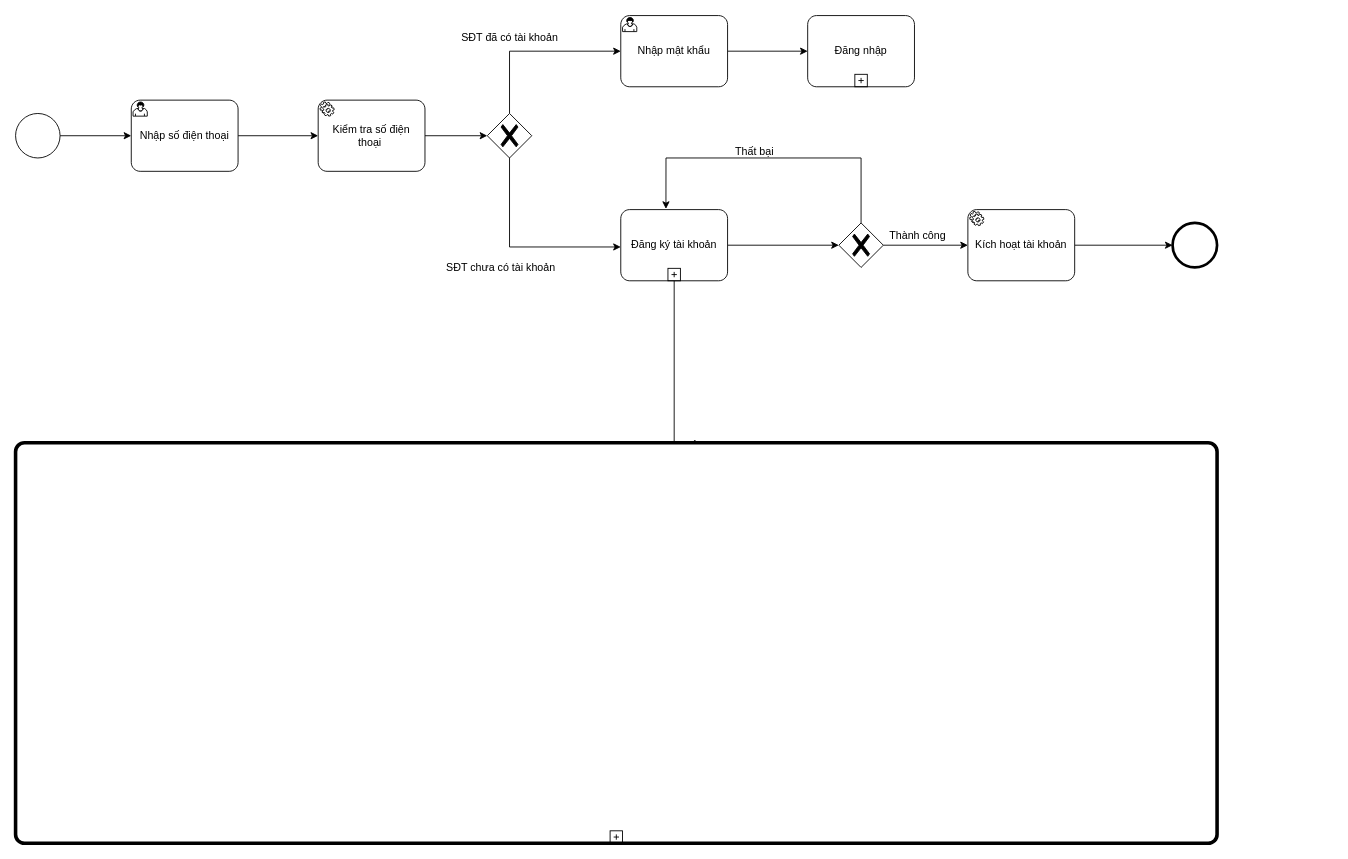
PanJr0109/PanJr0109 keeps this draw.io diagram as page "Page-3" (2 of 2) of Untitled Diagram.drawio. Above is the earlier version. Source tidied: cells renumbered, new cells numbered last; positions are measured from the earlier drawing's top-left corner, leaving out a move shared by most shapes. Both pictures are drawn from the tidied source at 89%, with x=0, y=0 at pixel (15, 15).
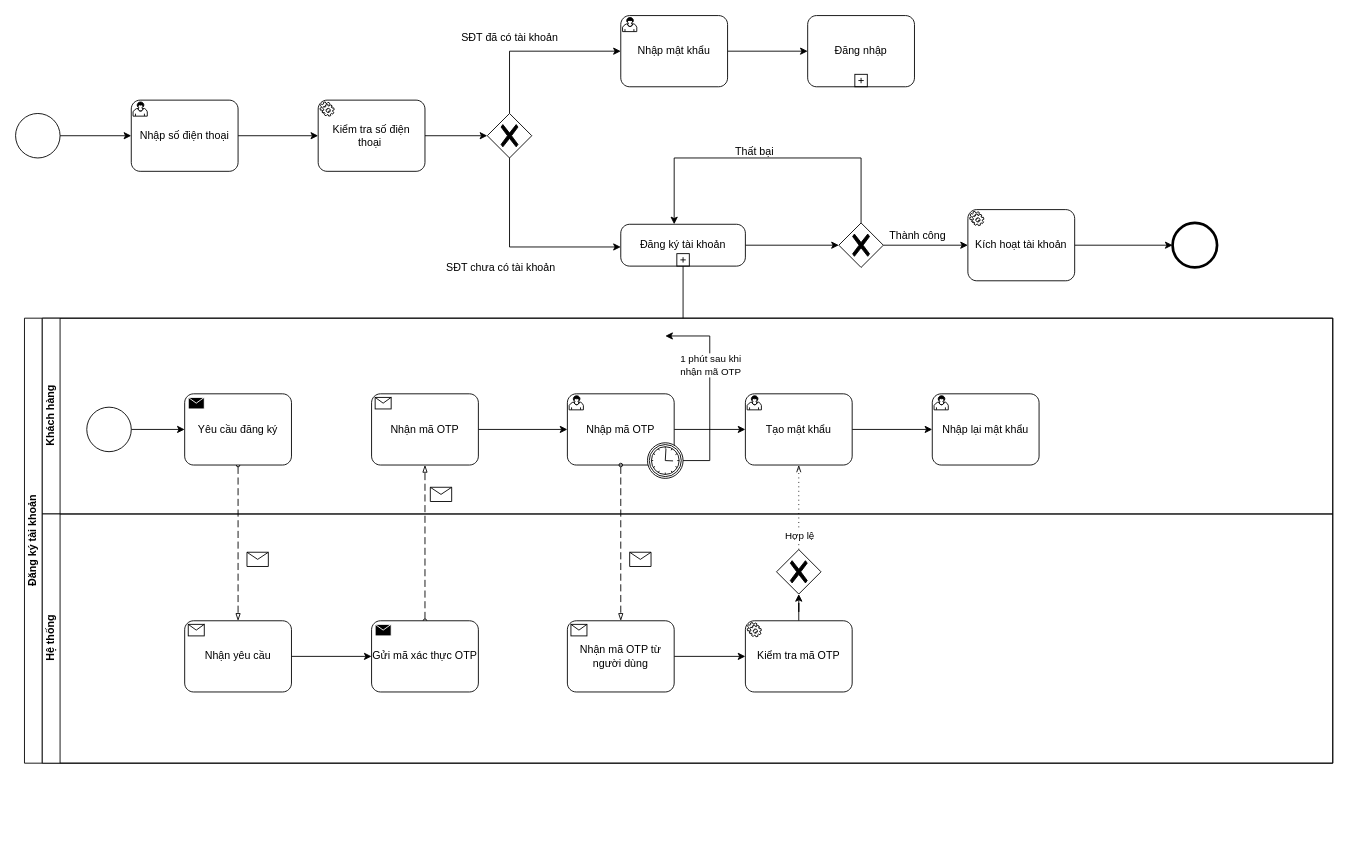
After the change.

The change refers to these unchanged cells:
```xml
<mxCell id="22" style="points=[[0.25,0.25,0],[0.5,0,0],[0.75,0.25,0],[1,0.5,0],[0.75,0.75,0],[0.5,1,0],[0.25,0.75,0],[0,0.5,0]];shape=mxgraph.bpmn.gateway2;html=1;verticalLabelPosition=bottom;labelBackgroundColor=#ffffff;verticalAlign=top;align=center;perimeter=rhombusPerimeter;outlineConnect=0;outline=none;symbol=none;gwType=exclusive;" parent="1" vertex="1">
  <mxGeometry x="925" y="233" width="50" height="50" as="geometry" />
</mxCell>
```

What changed in the source:
```diff
@@
-    <mxCell id="18" style="edgeStyle=orthogonalEdgeStyle;rounded=0;jettySize=auto;html=1;exitX=0.5;exitY=1;exitDx=0;exitDy=0;exitPerimeter=0;entryX=0.571;entryY=0.002;entryDx=0;entryDy=0;entryPerimeter=0;" parent="1" edge="1" source="19" target="27">
-      <mxGeometry relative="1" as="geometry">
-        <Array as="points">
-          <mxPoint x="740" y="481" />
-        </Array>
-      </mxGeometry>
-    </mxCell>
-    <mxCell id="19" value="Đăng ký tài khoản" style="points=[[0.25,0,0],[0.5,0,0],[0.75,0,0],[1,0.25,0],[1,0.5,0],[1,0.75,0],[0.75,1,0],[0.5,1,0],[0.25,1,0],[0,0.75,0],[0,0.5,0],[0,0.25,0]];shape=mxgraph.bpmn.task;whiteSpace=wrap;rectStyle=rounded;size=10;html=1;taskMarker=abstract;isLoopSub=1;" parent="1" vertex="1">
-      <mxGeometry x="680" y="218" width="120" height="80" as="geometry" />
+    <mxCell id="19" value="Đăng ký tài khoản" style="points=[[0.25,0,0],[0.5,0,0],[0.75,0,0],[1,0.25,0],[1,0.5,0],[1,0.75,0],[0.75,1,0],[0.5,1,0],[0.25,1,0],[0,0.75,0],[0,0.5,0],[0,0.25,0]];shape=mxgraph.bpmn.task;whiteSpace=wrap;rectStyle=rounded;size=10;html=1;taskMarker=abstract;isLoopSub=1;" parent="1" vertex="1" collapsed="1">
+      <mxGeometry x="680" y="234.5" width="140" height="47" as="geometry" />
     </mxCell>
-    <mxCell id="20" style="edgeStyle=orthogonalEdgeStyle;rounded=0;jettySize=auto;html=1;entryX=0.423;entryY=-0.01;entryDx=0;entryDy=0;entryPerimeter=0;" parent="1" edge="1" source="22" target="19">
+    <mxCell id="20" style="edgeStyle=orthogonalEdgeStyle;rounded=0;jettySize=auto;html=1;" parent="1" edge="1" source="22" target="19">
       <mxGeometry relative="1" as="geometry">
         <Array as="points">
           <mxPoint x="950" y="160" />
-          <mxPoint x="731" y="160" />
+          <mxPoint x="740" y="160" />
         </Array>
       </mxGeometry>
     </mxCell>
@@
-    <mxCell id="27" style="points=[[0.25,0,0],[0.5,0,0],[0.75,0,0],[1,0.25,0],[1,0.5,0],[1,0.75,0],[0.75,1,0],[0.5,1,0],[0.25,1,0],[0,0.75,0],[0,0.5,0],[0,0.25,0]];shape=mxgraph.bpmn.task;whiteSpace=wrap;rectStyle=rounded;size=10;html=1;bpmnShapeType=call;isLoopSub=1;" parent="1" vertex="1">
-      <mxGeometry y="480" width="1350" height="450" as="geometry" />
-    </mxCell>
+    <mxCell id="28" value="Đăng ký tài khoản" style="swimlane;html=1;horizontal=0;startSize=20;whiteSpace=wrap;" parent="1" vertex="1">
+      <mxGeometry x="10" y="340" width="1470" height="500" as="geometry" />
+    </mxCell>
+    <mxCell id="29" style="edgeStyle=elbowEdgeStyle;fontSize=12;html=1;endFill=0;startFill=0;endSize=6;startSize=6;dashed=1;dashPattern=1 4;endArrow=openThin;startArrow=none;rounded=0;exitX=0.5;exitY=0;exitDx=0;exitDy=0;exitPerimeter=0;entryX=0.5;entryY=1;entryDx=0;entryDy=0;entryPerimeter=0;" parent="28" edge="1" source="59" target="42">
+      <mxGeometry relative="1" as="geometry">
+        <Array as="points">
+          <mxPoint x="870" y="190" />
+          <mxPoint x="1025" y="210" />
+        </Array>
+      </mxGeometry>
+    </mxCell>
+    <mxCell id="30" value="Hợp lệ" style="edgeLabel;html=1;align=center;verticalAlign=middle;" parent="29" vertex="1">
+      <mxGeometry x="-0.28" y="2" relative="1" as="geometry">
+        <mxPoint x="2" y="18" as="offset" />
+      </mxGeometry>
+    </mxCell>
+    <mxCell id="31" style="endArrow=blockThin;html=1;labelPosition=left;verticalLabelPosition=middle;align=right;verticalAlign=middle;dashed=1;dashPattern=8 4;endFill=0;startArrow=oval;startFill=0;endSize=6;startSize=4;rounded=0;entryX=0.5;entryY=0;entryDx=0;entryDy=0;entryPerimeter=0;" parent="28" edge="1" source="38" target="53">
+      <mxGeometry relative="1" as="geometry" />
+    </mxCell>
+    <mxCell id="32" style="shape=message;html=1;labelPosition=left;verticalLabelPosition=middle;align=right;verticalAlign=middle;spacingRight=5;labelBackgroundColor=#ffffff;" parent="31" vertex="1">
+      <mxGeometry width="24" height="16" relative="1" as="geometry">
+        <mxPoint x="10" y="10" as="offset" />
+      </mxGeometry>
+    </mxCell>
+    <mxCell id="33" value="Khách hàng" style="swimlane;html=1;startSize=20;horizontal=0;" parent="28" vertex="1">
+      <mxGeometry x="20" width="1450" height="220" as="geometry" />
+    </mxCell>
+    <mxCell id="34" style="edgeStyle=orthogonalEdgeStyle;rounded=0;jettySize=auto;html=1;" parent="33" edge="1" source="35" target="38">
+      <mxGeometry relative="1" as="geometry" />
+    </mxCell>
+    <mxCell id="35" style="points=[[0.145,0.145,0],[0.5,0,0],[0.855,0.145,0],[1,0.5,0],[0.855,0.855,0],[0.5,1,0],[0.145,0.855,0],[0,0.5,0]];shape=mxgraph.bpmn.event;html=1;verticalLabelPosition=bottom;labelBackgroundColor=#ffffff;verticalAlign=top;align=center;perimeter=ellipsePerimeter;outlineConnect=0;outline=standard;symbol=general;" parent="33" vertex="1">
+      <mxGeometry x="50" y="100" width="50" height="50" as="geometry" />
+    </mxCell>
+    <mxCell id="36" style="edgeStyle=orthogonalEdgeStyle;rounded=0;jettySize=auto;html=1;" parent="33" edge="1" source="37" target="42">
+      <mxGeometry relative="1" as="geometry" />
+    </mxCell>
+    <mxCell id="37" value="Nhập mã OTP" style="points=[[0.25,0,0],[0.5,0,0],[0.75,0,0],[1,0.25,0],[1,0.5,0],[1,0.75,0],[0.75,1,0],[0.5,1,0],[0.25,1,0],[0,0.75,0],[0,0.5,0],[0,0.25,0]];shape=mxgraph.bpmn.task;whiteSpace=wrap;rectStyle=rounded;size=10;html=1;taskMarker=user;" parent="33" vertex="1">
+      <mxGeometry x="590" y="85" width="120" height="80" as="geometry" />
+    </mxCell>
+    <mxCell id="38" value="Yêu cầu đăng ký" style="points=[[0.25,0,0],[0.5,0,0],[0.75,0,0],[1,0.25,0],[1,0.5,0],[1,0.75,0],[0.75,1,0],[0.5,1,0],[0.25,1,0],[0,0.75,0],[0,0.5,0],[0,0.25,0]];shape=mxgraph.bpmn.task;whiteSpace=wrap;rectStyle=rounded;size=10;html=1;taskMarker=send;" parent="33" vertex="1">
+      <mxGeometry x="160" y="85" width="120" height="80" as="geometry" />
+    </mxCell>
+    <mxCell id="39" style="edgeStyle=orthogonalEdgeStyle;rounded=0;jettySize=auto;html=1;" parent="33" edge="1" source="40" target="37">
+      <mxGeometry relative="1" as="geometry" />
+    </mxCell>
+    <mxCell id="40" value="Nhận mã OTP" style="points=[[0.25,0,0],[0.5,0,0],[0.75,0,0],[1,0.25,0],[1,0.5,0],[1,0.75,0],[0.75,1,0],[0.5,1,0],[0.25,1,0],[0,0.75,0],[0,0.5,0],[0,0.25,0]];shape=mxgraph.bpmn.task;whiteSpace=wrap;rectStyle=rounded;size=10;html=1;taskMarker=receive;" parent="33" vertex="1">
+      <mxGeometry x="370" y="85" width="120" height="80" as="geometry" />
+    </mxCell>
+    <mxCell id="41" style="edgeStyle=orthogonalEdgeStyle;rounded=0;jettySize=auto;html=1;" parent="33" edge="1" source="42" target="43">
+      <mxGeometry relative="1" as="geometry" />
+    </mxCell>
+    <mxCell id="42" value="Tạo mật khẩu" style="points=[[0.25,0,0],[0.5,0,0],[0.75,0,0],[1,0.25,0],[1,0.5,0],[1,0.75,0],[0.75,1,0],[0.5,1,0],[0.25,1,0],[0,0.75,0],[0,0.5,0],[0,0.25,0]];shape=mxgraph.bpmn.task;whiteSpace=wrap;rectStyle=rounded;size=10;html=1;taskMarker=user;" parent="33" vertex="1">
+      <mxGeometry x="790" y="85" width="120" height="80" as="geometry" />
+    </mxCell>
+    <mxCell id="43" value="Nhập lại mật khẩu" style="points=[[0.25,0,0],[0.5,0,0],[0.75,0,0],[1,0.25,0],[1,0.5,0],[1,0.75,0],[0.75,1,0],[0.5,1,0],[0.25,1,0],[0,0.75,0],[0,0.5,0],[0,0.25,0]];shape=mxgraph.bpmn.task;whiteSpace=wrap;rectStyle=rounded;size=10;html=1;taskMarker=user;" parent="33" vertex="1">
+      <mxGeometry x="1000" y="85" width="120" height="80" as="geometry" />
+    </mxCell>
+    <mxCell id="44" style="points=[[0.145,0.145,0],[0.5,0,0],[0.855,0.145,0],[1,0.5,0],[0.855,0.855,0],[0.5,1,0],[0.145,0.855,0],[0,0.5,0]];shape=mxgraph.bpmn.event;html=1;verticalLabelPosition=bottom;labelBackgroundColor=#ffffff;verticalAlign=top;align=center;perimeter=ellipsePerimeter;outlineConnect=0;outline=catching;symbol=timer;" parent="33" vertex="1">
+      <mxGeometry x="680" y="140" width="40" height="40" as="geometry" />
+    </mxCell>
+    <mxCell id="45" style="edgeStyle=orthogonalEdgeStyle;rounded=0;jettySize=auto;html=1;" parent="33" edge="1" source="44">
+      <mxGeometry relative="1" as="geometry">
+        <mxPoint x="700" y="20" as="targetPoint" />
+        <Array as="points">
+          <mxPoint x="750" y="160" />
+          <mxPoint x="750" y="20" />
+        </Array>
+      </mxGeometry>
+    </mxCell>
+    <mxCell id="46" value="1 phút sau khi &lt;br&gt;nhận mã OTP" style="edgeLabel;html=1;align=center;verticalAlign=middle;" parent="45" vertex="1">
+      <mxGeometry x="-0.3" y="2" relative="1" as="geometry">
+        <mxPoint x="2" y="-61" as="offset" />
+      </mxGeometry>
+    </mxCell>
+    <mxCell id="47" style="endArrow=blockThin;html=1;labelPosition=left;verticalLabelPosition=middle;align=right;verticalAlign=middle;dashed=1;dashPattern=8 4;endFill=0;startArrow=oval;startFill=0;endSize=6;startSize=4;rounded=0;" parent="28" edge="1" source="54" target="40">
+      <mxGeometry relative="1" as="geometry" />
+    </mxCell>
+    <mxCell id="48" style="shape=message;html=1;labelPosition=left;verticalLabelPosition=middle;align=right;verticalAlign=middle;spacingRight=5;labelBackgroundColor=#ffffff;" parent="47" vertex="1">
+      <mxGeometry width="24" height="16" relative="1" as="geometry">
+        <mxPoint x="6" y="-62" as="offset" />
+      </mxGeometry>
+    </mxCell>
+    <mxCell id="49" style="endArrow=blockThin;html=1;labelPosition=left;verticalLabelPosition=middle;align=right;verticalAlign=middle;dashed=1;dashPattern=8 4;endFill=0;startArrow=oval;startFill=0;endSize=6;startSize=4;rounded=0;" parent="28" edge="1" source="37" target="56">
+      <mxGeometry relative="1" as="geometry" />
+    </mxCell>
+    <mxCell id="50" style="shape=message;html=1;labelPosition=left;verticalLabelPosition=middle;align=right;verticalAlign=middle;spacingRight=5;labelBackgroundColor=#ffffff;" parent="49" vertex="1">
+      <mxGeometry width="24" height="16" relative="1" as="geometry">
+        <mxPoint x="10" y="10" as="offset" />
+      </mxGeometry>
+    </mxCell>
+    <mxCell id="51" value="Hệ thống" style="swimlane;html=1;startSize=20;horizontal=0;" parent="28" vertex="1">
+      <mxGeometry x="20" y="220" width="1450" height="280" as="geometry" />
+    </mxCell>
+    <mxCell id="52" style="edgeStyle=orthogonalEdgeStyle;rounded=0;jettySize=auto;html=1;" parent="51" edge="1" source="53" target="54">
+      <mxGeometry relative="1" as="geometry" />
+    </mxCell>
+    <mxCell id="53" value="Nhận yêu cầu" style="points=[[0.25,0,0],[0.5,0,0],[0.75,0,0],[1,0.25,0],[1,0.5,0],[1,0.75,0],[0.75,1,0],[0.5,1,0],[0.25,1,0],[0,0.75,0],[0,0.5,0],[0,0.25,0]];shape=mxgraph.bpmn.task;whiteSpace=wrap;rectStyle=rounded;size=10;html=1;taskMarker=receive;" parent="51" vertex="1">
+      <mxGeometry x="160" y="120" width="120" height="80" as="geometry" />
+    </mxCell>
+    <mxCell id="54" value="Gửi mã xác thực OTP" style="points=[[0.25,0,0],[0.5,0,0],[0.75,0,0],[1,0.25,0],[1,0.5,0],[1,0.75,0],[0.75,1,0],[0.5,1,0],[0.25,1,0],[0,0.75,0],[0,0.5,0],[0,0.25,0]];shape=mxgraph.bpmn.task;whiteSpace=wrap;rectStyle=rounded;size=10;html=1;taskMarker=send;" parent="51" vertex="1">
+      <mxGeometry x="370" y="120" width="120" height="80" as="geometry" />
+    </mxCell>
+    <mxCell id="55" style="edgeStyle=orthogonalEdgeStyle;rounded=0;jettySize=auto;html=1;" parent="51" edge="1" source="56" target="58">
+      <mxGeometry relative="1" as="geometry" />
+    </mxCell>
+    <mxCell id="56" value="Nhận mã OTP từ người dùng" style="points=[[0.25,0,0],[0.5,0,0],[0.75,0,0],[1,0.25,0],[1,0.5,0],[1,0.75,0],[0.75,1,0],[0.5,1,0],[0.25,1,0],[0,0.75,0],[0,0.5,0],[0,0.25,0]];shape=mxgraph.bpmn.task;whiteSpace=wrap;rectStyle=rounded;size=10;html=1;taskMarker=receive;" parent="51" vertex="1">
+      <mxGeometry x="590" y="120" width="120" height="80" as="geometry" />
+    </mxCell>
+    <mxCell id="57" style="edgeStyle=orthogonalEdgeStyle;rounded=0;jettySize=auto;html=1;" parent="51" edge="1" source="58" target="59">
+      <mxGeometry relative="1" as="geometry" />
+    </mxCell>
+    <mxCell id="58" value="Kiểm tra mã OTP" style="points=[[0.25,0,0],[0.5,0,0],[0.75,0,0],[1,0.25,0],[1,0.5,0],[1,0.75,0],[0.75,1,0],[0.5,1,0],[0.25,1,0],[0,0.75,0],[0,0.5,0],[0,0.25,0]];shape=mxgraph.bpmn.task;whiteSpace=wrap;rectStyle=rounded;size=10;html=1;taskMarker=service;" parent="51" vertex="1">
+      <mxGeometry x="790" y="120" width="120" height="80" as="geometry" />
+    </mxCell>
+    <mxCell id="59" style="points=[[0.25,0.25,0],[0.5,0,0],[0.75,0.25,0],[1,0.5,0],[0.75,0.75,0],[0.5,1,0],[0.25,0.75,0],[0,0.5,0]];shape=mxgraph.bpmn.gateway2;html=1;verticalLabelPosition=bottom;labelBackgroundColor=#ffffff;verticalAlign=top;align=center;perimeter=rhombusPerimeter;outlineConnect=0;outline=none;symbol=none;gwType=exclusive;" parent="51" vertex="1">
+      <mxGeometry x="825" y="40" width="50" height="50" as="geometry" />
+    </mxCell>
+    <mxCell id="60" style="endArrow=none;html=1;rounded=0;entryX=0.5;entryY=1;entryDx=0;entryDy=0;entryPerimeter=0;" parent="1" edge="1" target="19">
+      <mxGeometry relative="1" as="geometry">
+        <mxPoint x="750" y="340" as="sourcePoint" />
+      </mxGeometry>
+    </mxCell>
```
